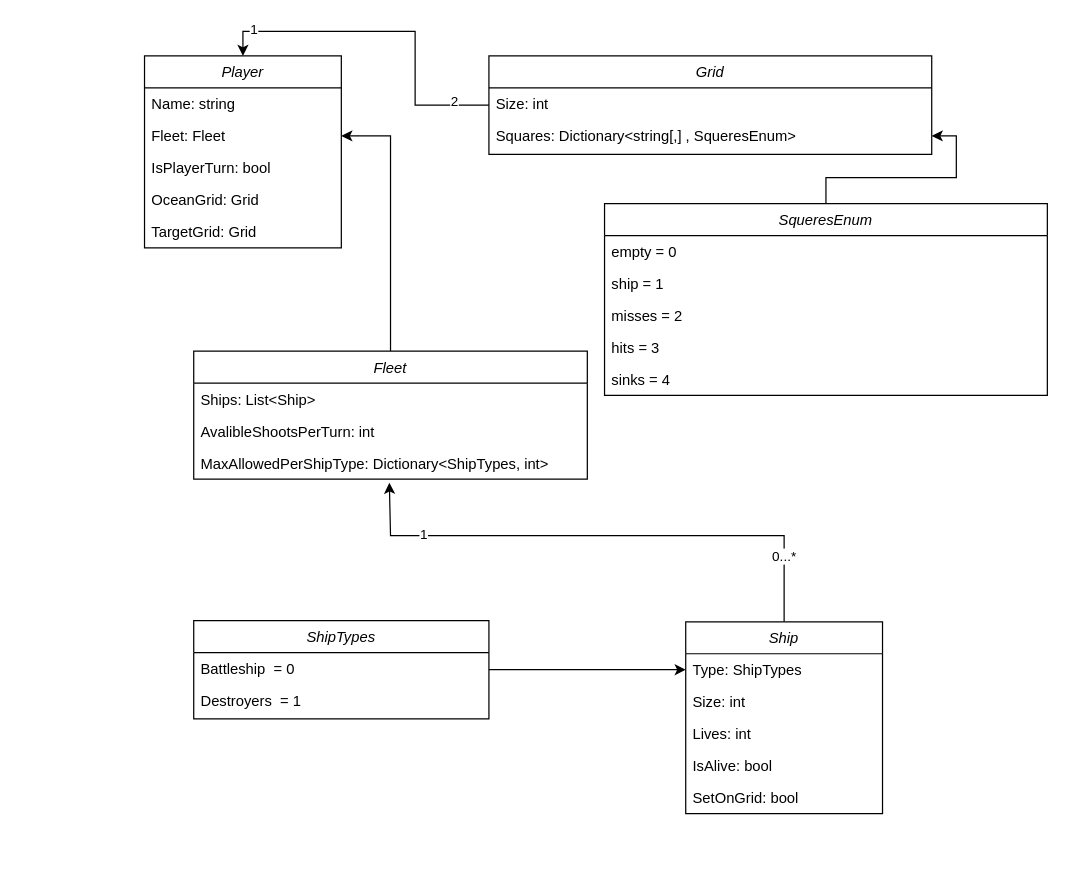
This is Diagrams/BattleShipsClassDiagram.drawio from JaroszKamil/Battleships, a draw.io file, before an edit. Source tidied: cells renumbered, new cells numbered last; positions are measured from the earlier drawing's top-left corner, leaving out a move shared by most shapes. Both pictures are drawn from the tidied source at 123%, with x=0, y=0 at pixel (144, 55).
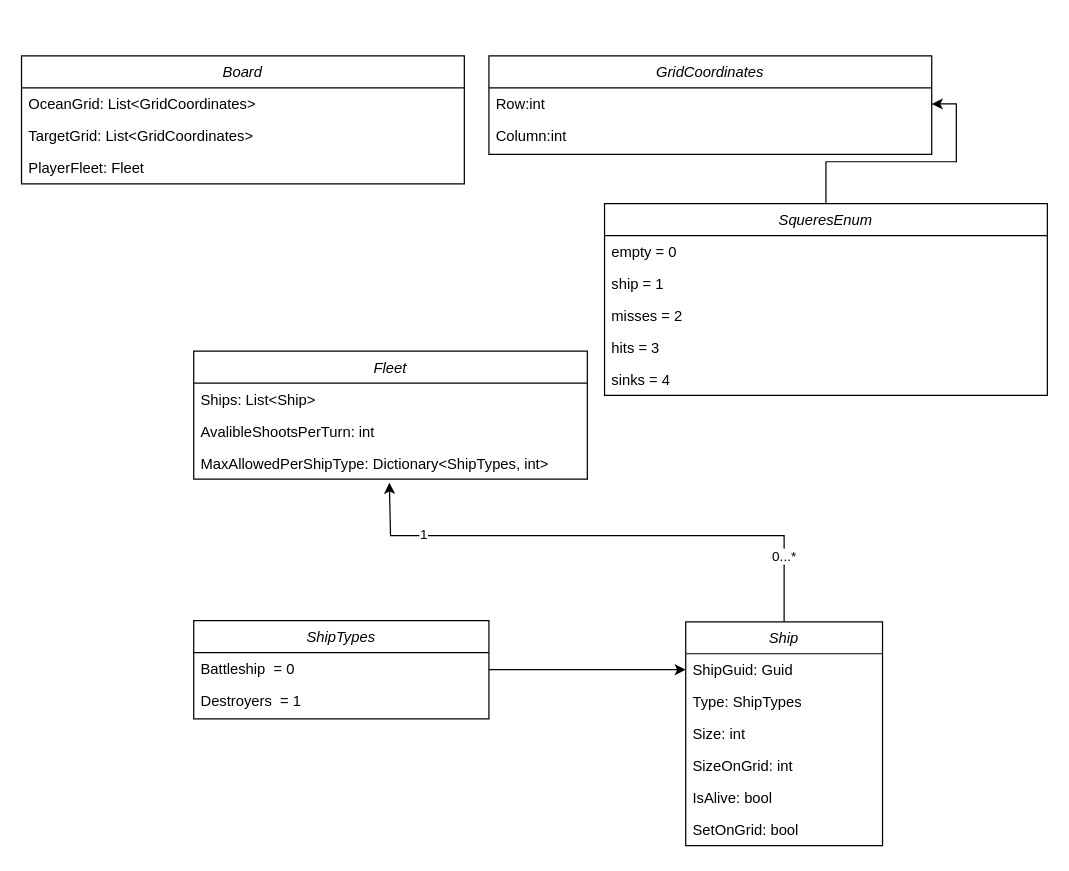
After the change.

The change refers to these unchanged cells:
```xml
<mxCell id="24" value="Fleet" style="swimlane;fontStyle=2;align=center;verticalAlign=top;horizontal=1;startSize=26;rounded=0;shadow=0;strokeWidth=1;" parent="1" vertex="1">
  <mxGeometry x="40" y="240" width="320" height="104" as="geometry" />
</mxCell>
```

Diff of the diagram source:
```diff
@@
-    <mxCell id="2" value="Player" style="swimlane;fontStyle=2;align=center;verticalAlign=top;horizontal=1;startSize=26;rounded=0;shadow=0;strokeWidth=1;" parent="1" vertex="1">
-      <mxGeometry width="160" height="156" as="geometry" />
-    </mxCell>
-    <mxCell id="3" value="Name: string" style="text;align=left;verticalAlign=top;spacingLeft=4;spacingRight=4;overflow=hidden;" parent="2" vertex="1">
-      <mxGeometry y="26" width="160" height="26" as="geometry" />
-    </mxCell>
-    <mxCell id="4" value="Fleet: Fleet" style="text;align=left;verticalAlign=top;spacingLeft=4;spacingRight=4;overflow=hidden;points=[[0,0.5],[1,0.5]];portConstraint=eastwest;rounded=0;shadow=0;html=0;" parent="2" vertex="1">
-      <mxGeometry y="52" width="160" height="26" as="geometry" />
-    </mxCell>
-    <mxCell id="5" value="IsPlayerTurn: bool" style="text;align=left;verticalAlign=top;spacingLeft=4;spacingRight=4;overflow=hidden;rounded=0;shadow=0;html=0;" parent="2" vertex="1">
-      <mxGeometry y="78" width="160" height="26" as="geometry" />
-    </mxCell>
-    <mxCell id="6" value="OceanGrid: Grid&#10;" style="text;align=left;verticalAlign=top;spacingLeft=4;spacingRight=4;overflow=hidden;rounded=0;shadow=0;html=0;" parent="2" vertex="1">
-      <mxGeometry y="104" width="160" height="26" as="geometry" />
-    </mxCell>
-    <mxCell id="7" value="TargetGrid: Grid&#10;" style="text;align=left;verticalAlign=top;spacingLeft=4;spacingRight=4;overflow=hidden;rounded=0;shadow=0;html=0;" parent="2" vertex="1">
-      <mxGeometry y="130" width="160" height="26" as="geometry" />
-    </mxCell>
@@
     <mxCell id="11" value="Ship" style="swimlane;fontStyle=2;align=center;verticalAlign=top;horizontal=1;startSize=26;rounded=0;shadow=0;strokeWidth=1;" parent="1" vertex="1">
-      <mxGeometry x="440" y="460" width="160" height="156" as="geometry" />
+      <mxGeometry x="440" y="460" width="160" height="182" as="geometry" />
     </mxCell>
-    <mxCell id="12" value="Type: ShipTypes" style="text;align=left;verticalAlign=top;spacingLeft=4;spacingRight=4;overflow=hidden;points=[[0,0.5],[1,0.5]];portConstraint=eastwest;" parent="11" vertex="1">
+    <mxCell id="12" value="ShipGuid: Guid&#10;" style="text;align=left;verticalAlign=top;spacingLeft=4;spacingRight=4;overflow=hidden;points=[[0,0.5],[1,0.5]];portConstraint=eastwest;" parent="11" vertex="1">
       <mxGeometry y="26" width="160" height="26" as="geometry" />
     </mxCell>
+    <mxCell id="39" value="Type: ShipTypes" style="text;align=left;verticalAlign=top;spacingLeft=4;spacingRight=4;overflow=hidden;" parent="11" vertex="1">
+      <mxGeometry y="52" width="160" height="26" as="geometry" />
+    </mxCell>
     <mxCell id="13" value="Size: int" style="text;align=left;verticalAlign=top;spacingLeft=4;spacingRight=4;overflow=hidden;rounded=0;shadow=0;html=0;" parent="11" vertex="1">
-      <mxGeometry y="52" width="160" height="26" as="geometry" />
+      <mxGeometry y="78" width="160" height="26" as="geometry" />
     </mxCell>
-    <mxCell id="14" value="Lives: int" style="text;align=left;verticalAlign=top;spacingLeft=4;spacingRight=4;overflow=hidden;rounded=0;shadow=0;html=0;" parent="11" vertex="1">
-      <mxGeometry y="78" width="160" height="26" as="geometry" />
+    <mxCell id="14" value="SizeOnGrid: int" style="text;align=left;verticalAlign=top;spacingLeft=4;spacingRight=4;overflow=hidden;rounded=0;shadow=0;html=0;" parent="11" vertex="1">
+      <mxGeometry y="104" width="160" height="26" as="geometry" />
     </mxCell>
     <mxCell id="15" value="IsAlive: bool" style="text;align=left;verticalAlign=top;spacingLeft=4;spacingRight=4;overflow=hidden;rounded=0;shadow=0;html=0;" parent="11" vertex="1">
-      <mxGeometry y="104" width="160" height="26" as="geometry" />
+      <mxGeometry y="130" width="160" height="26" as="geometry" />
     </mxCell>
     <mxCell id="16" value="SetOnGrid: bool" style="text;align=left;verticalAlign=top;spacingLeft=4;spacingRight=4;overflow=hidden;rounded=0;shadow=0;html=0;" parent="11" vertex="1">
-      <mxGeometry y="130" width="160" height="26" as="geometry" />
+      <mxGeometry y="156" width="160" height="26" as="geometry" />
     </mxCell>
-    <mxCell id="17" style="edgeStyle=orthogonalEdgeStyle;rounded=0;jettySize=auto;html=1;entryX=0.5;entryY=0;entryDx=0;entryDy=0;" parent="1" edge="1" source="20" target="2">
-      <mxGeometry relative="1" as="geometry" />
-    </mxCell>
-    <mxCell id="18" value="1" style="edgeLabel;html=1;align=center;verticalAlign=middle;" parent="17" vertex="1">
-      <mxGeometry x="0.8" y="-2" relative="1" as="geometry" />
-    </mxCell>
-    <mxCell id="19" value="2" style="edgeLabel;html=1;align=center;verticalAlign=middle;" parent="17" vertex="1">
-      <mxGeometry x="-0.79" y="-4" relative="1" as="geometry" />
-    </mxCell>
-    <mxCell id="20" value="Grid" style="swimlane;fontStyle=2;align=center;verticalAlign=top;horizontal=1;startSize=26;rounded=0;shadow=0;strokeWidth=1;" parent="1" vertex="1">
+    <mxCell id="20" value="GridCoordinates" style="swimlane;fontStyle=2;align=center;verticalAlign=top;horizontal=1;startSize=26;rounded=0;shadow=0;strokeWidth=1;" parent="1" vertex="1">
       <mxGeometry x="280" width="360" height="80" as="geometry" />
     </mxCell>
-    <mxCell id="21" value="Size: int" style="text;align=left;verticalAlign=top;spacingLeft=4;spacingRight=4;overflow=hidden;" parent="20" vertex="1">
-      <mxGeometry y="26" width="360" height="26" as="geometry" />
-    </mxCell>
-    <mxCell id="22" value="Squares: Dictionary&lt;string[,] , SqueresEnum&gt;" style="text;align=left;verticalAlign=top;spacingLeft=4;spacingRight=4;overflow=hidden;points=[[0,0.5],[1,0.5]];portConstraint=eastwest;rounded=0;shadow=0;html=0;" parent="20" vertex="1">
-      <mxGeometry y="52" width="360" height="26" as="geometry" />
+    <mxCell id="22" value="Row:int&#10;" style="text;align=left;verticalAlign=top;spacingLeft=4;spacingRight=4;overflow=hidden;points=[[0,0.5],[1,0.5]];portConstraint=eastwest;rounded=0;shadow=0;html=0;" parent="20" vertex="1">
+      <mxGeometry y="26" width="360" height="26" as="geometry" />
     </mxCell>
-    <mxCell id="23" style="edgeStyle=orthogonalEdgeStyle;rounded=0;jettySize=auto;html=1;" parent="1" edge="1" source="24" target="4">
-      <mxGeometry relative="1" as="geometry" />
-    </mxCell>
+    <mxCell id="40" value="Column:int&#10;" style="text;align=left;verticalAlign=top;spacingLeft=4;spacingRight=4;overflow=hidden;rounded=0;shadow=0;html=0;" parent="20" vertex="1">
+      <mxGeometry y="52" width="360" height="26" as="geometry" />
+    </mxCell>
@@
+    <mxCell id="41" value="Board" style="swimlane;fontStyle=2;align=center;verticalAlign=top;horizontal=1;startSize=26;rounded=0;shadow=0;strokeWidth=1;" parent="1" vertex="1">
+      <mxGeometry x="-100" width="360" height="104" as="geometry" />
+    </mxCell>
+    <mxCell id="42" value="OceanGrid: List&lt;GridCoordinates&gt;" style="text;align=left;verticalAlign=top;spacingLeft=4;spacingRight=4;overflow=hidden;" parent="41" vertex="1">
+      <mxGeometry y="26" width="360" height="26" as="geometry" />
+    </mxCell>
+    <mxCell id="43" value="TargetGrid: List&lt;GridCoordinates&gt;" style="text;align=left;verticalAlign=top;spacingLeft=4;spacingRight=4;overflow=hidden;rounded=0;shadow=0;html=0;" parent="41" vertex="1">
+      <mxGeometry y="52" width="360" height="26" as="geometry" />
+    </mxCell>
+    <mxCell id="44" value="PlayerFleet: Fleet" style="text;align=left;verticalAlign=top;spacingLeft=4;spacingRight=4;overflow=hidden;rounded=0;shadow=0;html=0;" parent="41" vertex="1">
+      <mxGeometry y="78" width="360" height="26" as="geometry" />
+    </mxCell>
```
